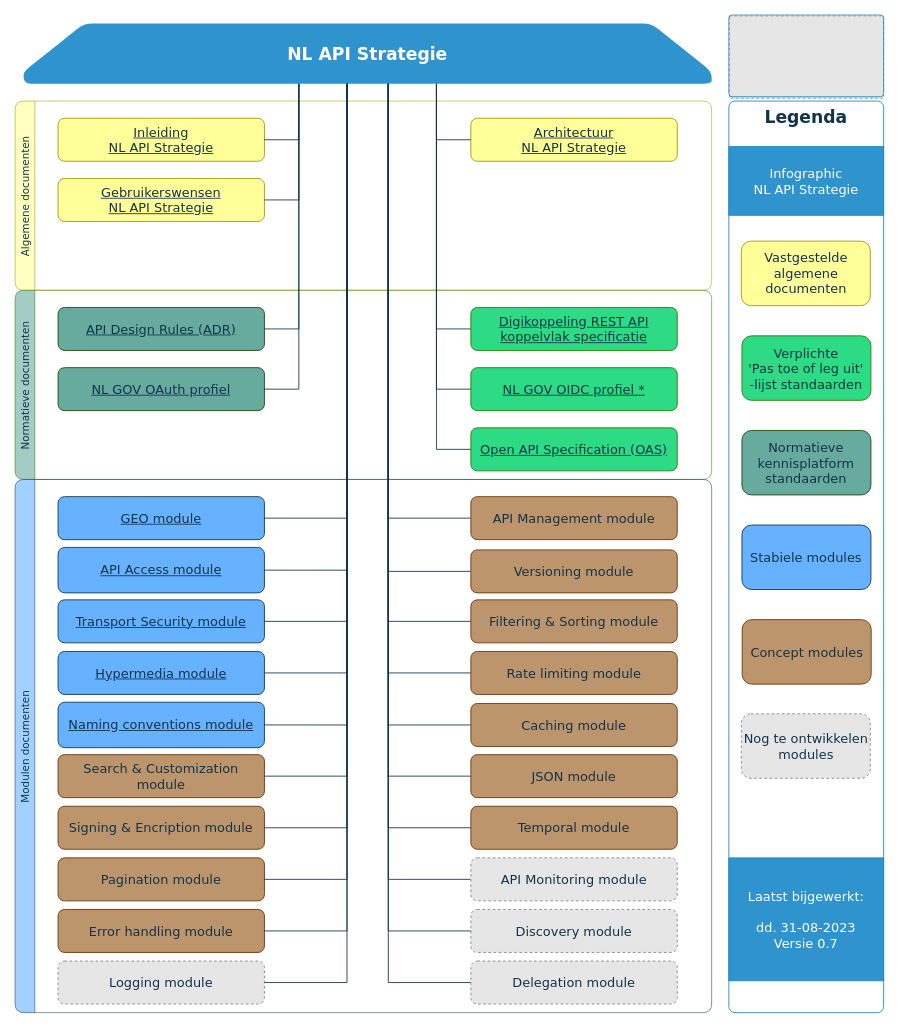
Before: page "versie 07" (1 of 2) of media/API infographic.drawio in Geonovum/KP-APIs, a draw.io diagram. Source tidied: cells renumbered, new cells numbered last; positions are measured from the earlier drawing's top-left corner, leaving out a move shared by most shapes. Both pictures are drawn from the tidied source at 86%, with x=0, y=0 at pixel (15, 15). Pictures stored in the file or linked from it are replaced by grey dashed boxes.
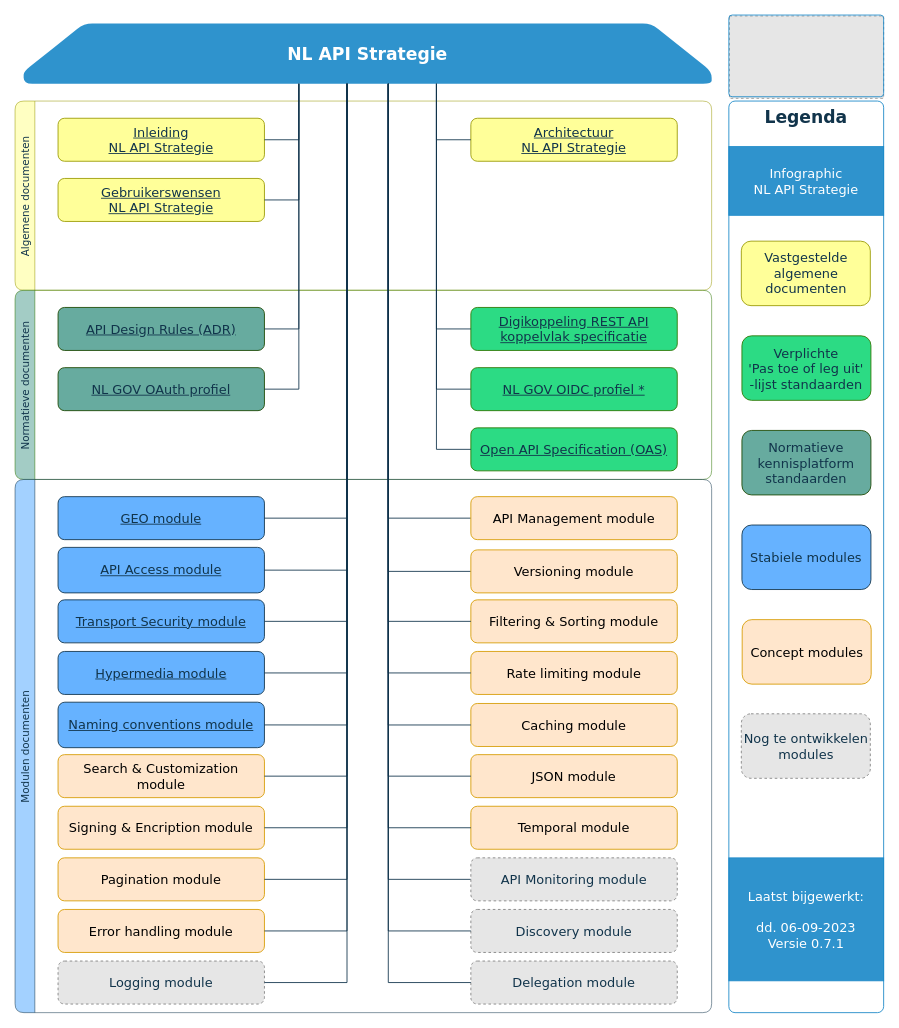
The same diagram, later.

Commit message (it also covers changes not shown here):
fix api infographic

Unchanged cells that the change refers to:
```xml
<mxCell id="19" value="Modulen documenten" style="swimlane;horizontal=0;rounded=1;strokeColor=#11344B;fillColor=#66B2FF;fontFamily=Verdana;fontStyle=0;opacity=60;fontColor=#11344B;fontSize=12;" parent="1" vertex="1">
  <mxGeometry y="540" width="810" height="620" as="geometry" />
</mxCell>
```

Change to the diagram source:
```diff
@@
-    <mxCell id="22" value="API Management module" style="rounded=1;whiteSpace=wrap;html=1;fontSize=15;fontStyle=0;fillColor=#bd956c;strokeColor=#663300;fontColor=#11344B;fontFamily=Verdana;" parent="19" vertex="1">
+    <mxCell id="22" value="API Management module" style="rounded=1;whiteSpace=wrap;html=1;fontSize=15;fontStyle=0;fillColor=#ffe6cc;strokeColor=#d79b00;fontColor=default;fontFamily=Verdana;" parent="19" vertex="1">
       <mxGeometry x="530" y="20" width="240" height="50" as="geometry" />
     </mxCell>
-    <mxCell id="23" value="Versioning module" style="rounded=1;whiteSpace=wrap;html=1;fontSize=15;fontStyle=0;fillColor=#bd956c;strokeColor=#663300;fontColor=#11344B;fontFamily=Verdana;" parent="19" vertex="1">
+    <mxCell id="23" value="Versioning module" style="rounded=1;whiteSpace=wrap;html=1;fontSize=15;fontStyle=0;fillColor=#ffe6cc;strokeColor=#d79b00;fontColor=default;fontFamily=Verdana;" parent="19" vertex="1">
       <mxGeometry x="530" y="81.9" width="240" height="50" as="geometry" />
     </mxCell>
@@
-    <mxCell id="25" value="Signing &amp;amp; Encription module" style="rounded=1;whiteSpace=wrap;html=1;fontSize=15;fontStyle=0;fillColor=#bd956c;strokeColor=#663300;fontColor=#11344B;fontFamily=Verdana;" parent="19" vertex="1">
+    <mxCell id="25" value="Signing &amp;amp; Encription module" style="rounded=1;whiteSpace=wrap;html=1;fontSize=15;fontStyle=0;fillColor=#ffe6cc;strokeColor=#d79b00;fontColor=default;fontFamily=Verdana;" parent="19" vertex="1">
       <mxGeometry x="50" y="380" width="240" height="50" as="geometry" />
     </mxCell>
@@
-    <mxCell id="27" value="JSON module" style="rounded=1;whiteSpace=wrap;html=1;fontSize=15;fontStyle=0;fillColor=#bd956c;strokeColor=#663300;fontColor=#11344B;fontFamily=Verdana;" parent="19" vertex="1">
+    <mxCell id="27" value="JSON module" style="rounded=1;whiteSpace=wrap;html=1;fontSize=15;fontStyle=0;fillColor=#ffe6cc;strokeColor=#d79b00;fontColor=default;fontFamily=Verdana;" parent="19" vertex="1">
       <mxGeometry x="530" y="320" width="240" height="50" as="geometry" />
     </mxCell>
-    <mxCell id="28" value="Filtering &amp;amp; Sorting module" style="rounded=1;whiteSpace=wrap;html=1;fontSize=15;fontStyle=0;fillColor=#bd956c;strokeColor=#663300;fontColor=#11344B;fontFamily=Verdana;" parent="19" vertex="1">
+    <mxCell id="28" value="Filtering &amp;amp; Sorting module" style="rounded=1;whiteSpace=wrap;html=1;fontSize=15;fontStyle=0;fillColor=#ffe6cc;strokeColor=#d79b00;fontColor=default;fontFamily=Verdana;" parent="19" vertex="1">
       <mxGeometry x="530" y="140" width="240" height="50" as="geometry" />
     </mxCell>
-    <mxCell id="29" value="Search &amp;amp; Customization module" style="rounded=1;whiteSpace=wrap;html=1;fontSize=15;fontStyle=0;fillColor=#bd956c;strokeColor=#663300;fontColor=#11344B;fontFamily=Verdana;" parent="19" vertex="1">
+    <mxCell id="29" value="Search &amp;amp; Customization module" style="rounded=1;whiteSpace=wrap;html=1;fontSize=15;fontStyle=0;fillColor=#ffe6cc;strokeColor=#d79b00;fontColor=default;fontFamily=Verdana;" parent="19" vertex="1">
       <mxGeometry x="50" y="320" width="240" height="50" as="geometry" />
     </mxCell>
-    <mxCell id="30" value="Temporal module" style="rounded=1;whiteSpace=wrap;html=1;fontSize=15;fontStyle=0;fillColor=#bd956c;strokeColor=#663300;fontColor=#11344B;fontFamily=Verdana;" parent="19" vertex="1">
+    <mxCell id="30" value="Temporal module" style="rounded=1;whiteSpace=wrap;html=1;fontSize=15;fontStyle=0;fillColor=#ffe6cc;strokeColor=#d79b00;fontColor=default;fontFamily=Verdana;" parent="19" vertex="1">
       <mxGeometry x="530" y="380" width="240" height="50" as="geometry" />
     </mxCell>
@@
-    <mxCell id="32" value="Pagination module" style="rounded=1;whiteSpace=wrap;html=1;fontSize=15;fontStyle=0;fillColor=#bd956c;strokeColor=#663300;fontColor=#11344B;fontFamily=Verdana;" parent="19" vertex="1">
+    <mxCell id="32" value="Pagination module" style="rounded=1;whiteSpace=wrap;html=1;fontSize=15;fontStyle=0;fillColor=#ffe6cc;strokeColor=#d79b00;fontColor=default;fontFamily=Verdana;" parent="19" vertex="1">
       <mxGeometry x="50" y="440" width="240" height="50" as="geometry" />
     </mxCell>
-    <mxCell id="33" value="Caching module" style="rounded=1;whiteSpace=wrap;html=1;fontSize=15;fontStyle=0;fillColor=#bd956c;strokeColor=#663300;fontColor=#11344B;fontFamily=Verdana;" parent="19" vertex="1">
+    <mxCell id="33" value="Caching module" style="rounded=1;whiteSpace=wrap;html=1;fontSize=15;fontStyle=0;fillColor=#ffe6cc;strokeColor=#d79b00;fontColor=default;fontFamily=Verdana;" parent="19" vertex="1">
       <mxGeometry x="530" y="260.5" width="240" height="50" as="geometry" />
     </mxCell>
-    <mxCell id="34" value="Rate limiting module" style="rounded=1;whiteSpace=wrap;html=1;fontSize=15;fontStyle=0;fillColor=#bd956c;strokeColor=#663300;fontColor=#11344B;fontFamily=Verdana;" parent="19" vertex="1">
+    <mxCell id="34" value="Rate limiting module" style="rounded=1;whiteSpace=wrap;html=1;fontSize=15;fontStyle=0;fillColor=#ffe6cc;strokeColor=#d79b00;fontColor=default;fontFamily=Verdana;" parent="19" vertex="1">
       <mxGeometry x="530" y="200" width="240" height="50" as="geometry" />
     </mxCell>
-    <mxCell id="35" value="Error handling module" style="rounded=1;whiteSpace=wrap;html=1;fontSize=15;fontStyle=0;fillColor=#bd956c;strokeColor=#663300;fontColor=#11344B;fontFamily=Verdana;" parent="19" vertex="1">
+    <mxCell id="35" value="Error handling module" style="rounded=1;whiteSpace=wrap;html=1;fontSize=15;fontStyle=0;fillColor=#ffe6cc;strokeColor=#d79b00;fontColor=default;fontFamily=Verdana;" parent="19" vertex="1">
       <mxGeometry x="50" y="500" width="240" height="50" as="geometry" />
     </mxCell>
@@
-    <mxCell id="41" value="Concept modules" style="rounded=1;whiteSpace=wrap;html=1;fontSize=15;fontStyle=0;fillColor=#bd956c;strokeColor=#663300;fontColor=#11344B;fontFamily=Verdana;" parent="1" vertex="1">
+    <mxCell id="41" value="Concept modules" style="rounded=1;whiteSpace=wrap;html=1;fontSize=15;fontStyle=0;fillColor=#ffe6cc;strokeColor=#d79b00;fontFamily=Verdana;" parent="1" vertex="1">
       <mxGeometry x="845.5" y="703" width="150" height="75" as="geometry" />
     </mxCell>
@@
-    <mxCell id="51" value="Laatst bijgewerkt:&lt;br&gt;&lt;br&gt;dd. 31-08-2023&lt;br&gt;Versie 0.7" style="text;html=1;strokeColor=#1988C8;fillColor=#1988C8;align=center;verticalAlign=middle;whiteSpace=wrap;rounded=0;fontFamily=Verdana;fontSize=15;fontColor=#FFFFFF;opacity=90;" parent="1" vertex="1">
+    <mxCell id="51" value="Laatst bijgewerkt:&lt;br&gt;&lt;br&gt;dd. 06-09-2023&lt;br&gt;Versie 0.7.1" style="text;html=1;strokeColor=#1988C8;fillColor=#1988C8;align=center;verticalAlign=middle;whiteSpace=wrap;rounded=0;fontFamily=Verdana;fontSize=15;fontColor=#FFFFFF;opacity=90;" parent="1" vertex="1">
       <mxGeometry x="830" y="980" width="180" height="143" as="geometry" />
     </mxCell>
```
